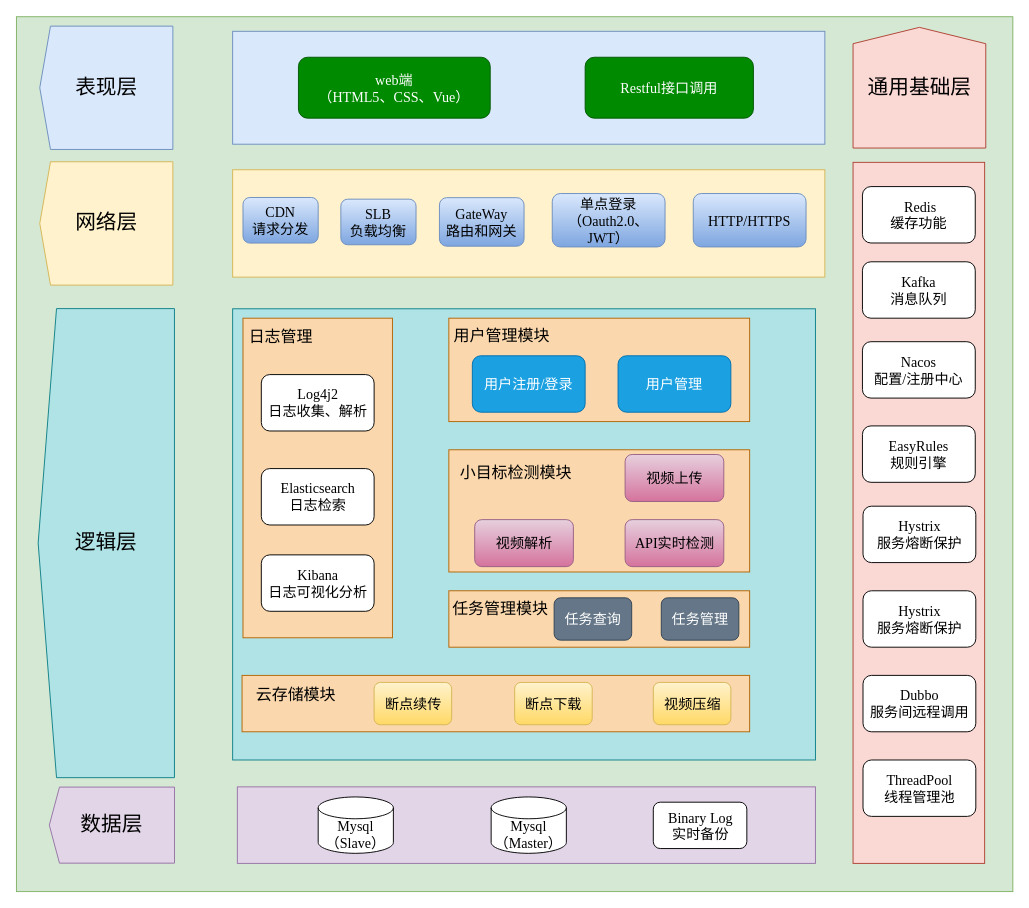
This is DrawIO_file/毕业论文画图/小目标检测系统架构图.drawio from DingDongZz/typera_PicGO, a draw.io file, before an edit. Source tidied: cells renumbered, new cells numbered last; positions are measured from the earlier drawing's top-left corner, leaving out a move shared by most shapes. Both pictures are drawn from the tidied source at 94%, with x=0, y=0 at pixel (-129, 16).
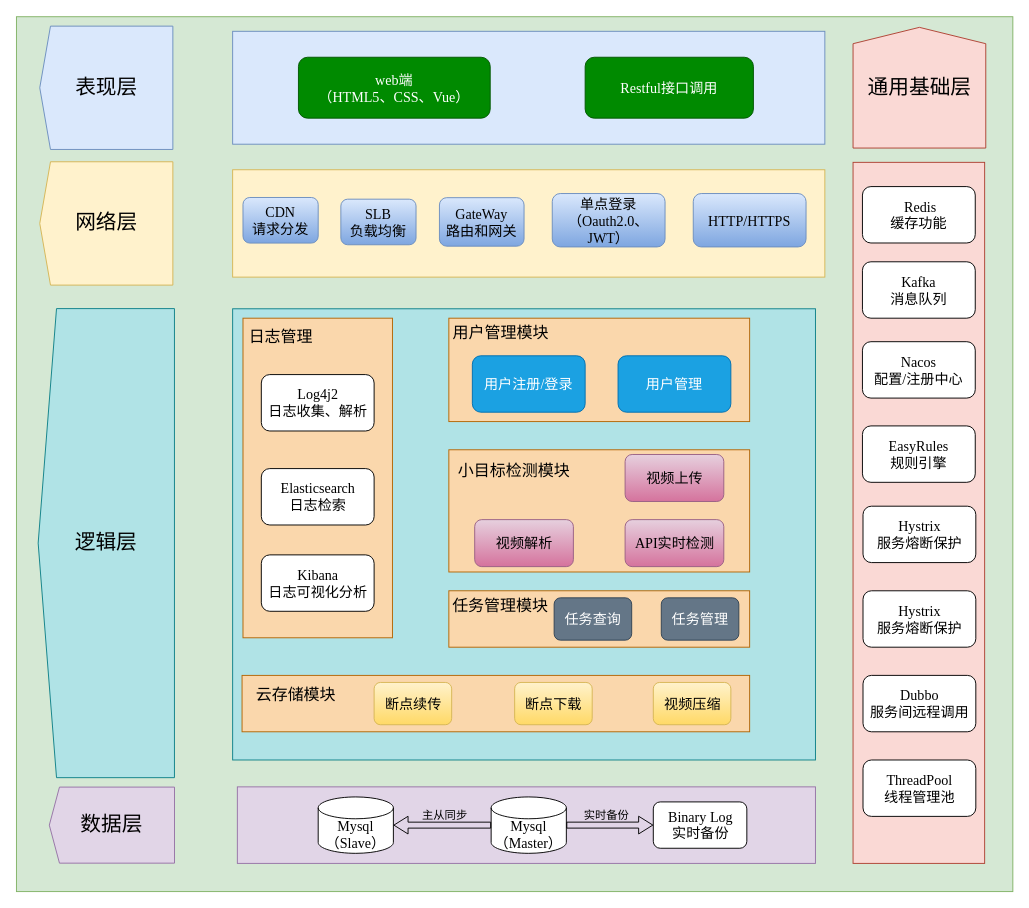
The same diagram, later.

Commit message (it also covers changes not shown here):
更新小目标检测系统架构图.drawio

Unchanged cells that the change refers to:
```xml
<mxCell id="39" value="Mysql（Master）" style="shape=cylinder3;whiteSpace=wrap;html=1;boundedLbl=1;backgroundOutline=1;size=11.618606305803723;fontFamily=Times New Roman;fontSize=15;" parent="1" vertex="1">
  <mxGeometry x="659" y="830.3" width="80" height="60" as="geometry" />
</mxCell>
<mxCell id="53" value="Mysql（Slave）" style="shape=cylinder3;whiteSpace=wrap;html=1;boundedLbl=1;backgroundOutline=1;size=11.618606305803723;fontFamily=Times New Roman;fontSize=15;" parent="1" vertex="1">
  <mxGeometry x="475" y="830.3" width="80" height="60" as="geometry" />
</mxCell>
```

Diff of the diagram source:
```diff
@@
     <mxCell id="40" value="Binary Log&lt;div&gt;实时备份&lt;/div&gt;" style="rounded=1;whiteSpace=wrap;html=1;fontFamily=Times New Roman;fontSize=15;" parent="1" vertex="1">
-      <mxGeometry x="831.5" y="835.9" width="99.5" height="49.3" as="geometry" />
+      <mxGeometry x="831.5" y="835.6" width="99.5" height="49.3" as="geometry" />
     </mxCell>
@@
     <mxCell id="50" value="用户管理模块" style="text;html=1;align=center;verticalAlign=middle;whiteSpace=wrap;rounded=0;fontFamily=Times New Roman;fontSize=17;" parent="1" vertex="1">
-      <mxGeometry x="617" y="321" width="107" height="39" as="geometry" />
+      <mxGeometry x="616" y="318" width="107" height="39" as="geometry" />
     </mxCell>
     <mxCell id="51" value="小目标检测模块" style="text;html=1;align=center;verticalAlign=middle;whiteSpace=wrap;rounded=0;fontFamily=Times New Roman;fontSize=17;" parent="1" vertex="1">
-      <mxGeometry x="617" y="456" width="137" height="60" as="geometry" />
+      <mxGeometry x="615" y="454" width="137" height="60" as="geometry" />
     </mxCell>
@@
     <mxCell id="54" value="任务管理模块" style="text;html=1;align=center;verticalAlign=middle;whiteSpace=wrap;rounded=0;fontFamily=Times New Roman;fontSize=17;" parent="1" vertex="1">
-      <mxGeometry x="614" y="611" width="110" height="39" as="geometry" />
+      <mxGeometry x="614" y="608" width="110" height="39" as="geometry" />
     </mxCell>
+    <mxCell id="55" style="shape=flexArrow;endArrow=classic;html=1;rounded=0;exitX=0;exitY=0.5;exitDx=0;exitDy=0;exitPerimeter=0;entryX=1;entryY=0.5;entryDx=0;entryDy=0;entryPerimeter=0;width=6.363636363636363;endSize=4.699999999999999;endWidth=11.487603305785123;" parent="1" edge="1" source="39" target="53">
+      <mxGeometry relative="1" as="geometry" />
+    </mxCell>
+    <mxCell id="56" value="主从同步" style="text;html=1;align=center;verticalAlign=middle;whiteSpace=wrap;rounded=0;" parent="1" vertex="1">
+      <mxGeometry x="580" y="835" width="60" height="30" as="geometry" />
+    </mxCell>
+    <mxCell id="57" style="shape=flexArrow;endArrow=classic;html=1;rounded=0;exitX=1;exitY=0.5;exitDx=0;exitDy=0;exitPerimeter=0;entryX=0;entryY=0.5;entryDx=0;entryDy=0;width=6.363636363636363;endSize=4.699999999999999;endWidth=11.487603305785123;" parent="1" edge="1" source="39" target="40">
+      <mxGeometry relative="1" as="geometry" />
+    </mxCell>
+    <mxCell id="58" value="实时备份" style="text;html=1;align=center;verticalAlign=middle;whiteSpace=wrap;rounded=0;" parent="1" vertex="1">
+      <mxGeometry x="752" y="835" width="60" height="30" as="geometry" />
+    </mxCell>
```
